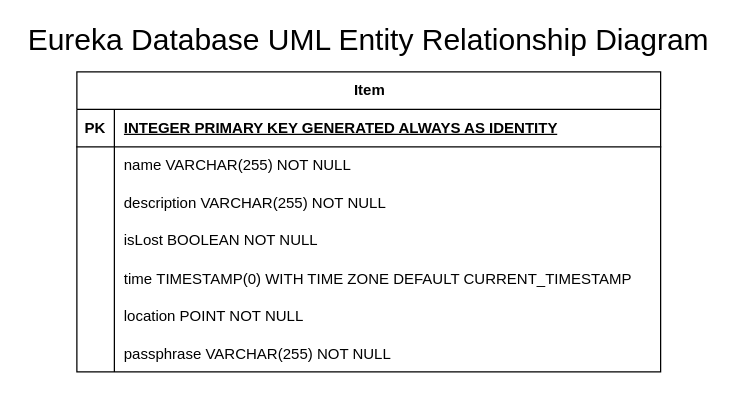
Above: Eureka-Database-UML-ERD.drawio in Ariel-Mutebi/Eureka (draw.io), before the change. Source tidied: cells renumbered, new cells numbered last; positions are measured from the earlier drawing's top-left corner, leaving out a move shared by most shapes. Both pictures are drawn from the tidied source at 125%, with x=0, y=0 at pixel (21, 21).
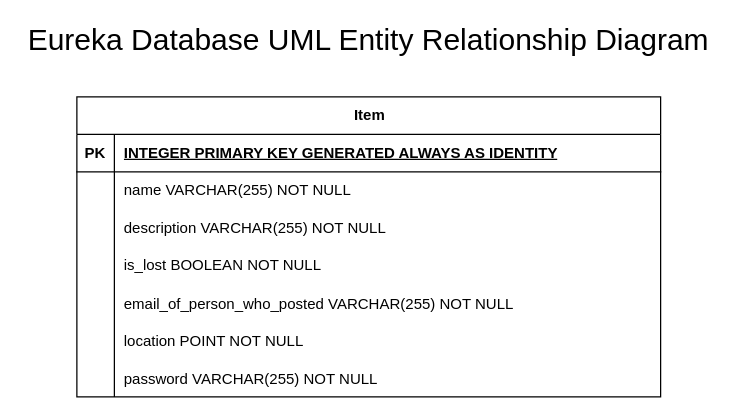
Above is the later version.

Commit message (it also covers changes not shown here):
set up connection pool to database

Unchanged cells that the change refers to:
```xml
<mxCell id="13" style="shape=tableRow;horizontal=0;startSize=0;swimlaneHead=0;swimlaneBody=0;fillColor=none;top=0;left=0;right=0;bottom=0;" parent="3" vertex="1">
  <mxGeometry y="120" width="467" height="30" as="geometry" />
</mxCell>
<mxCell id="16" style="shape=tableRow;horizontal=0;startSize=0;swimlaneHead=0;swimlaneBody=0;fillColor=none;top=0;left=0;right=0;bottom=0;" parent="3" vertex="1">
  <mxGeometry y="150" width="467" height="30" as="geometry" />
</mxCell>
<mxCell id="22" style="shape=tableRow;horizontal=0;startSize=0;swimlaneHead=0;swimlaneBody=0;fillColor=none;top=0;left=0;right=0;bottom=0;" parent="3" vertex="1">
  <mxGeometry y="210" width="467" height="30" as="geometry" />
</mxCell>
```

Diff of the diagram source:
```diff
@@
     <mxCell id="3" value="Item" style="shape=table;startSize=30;childLayout=tableLayout;rowLines=0;fontStyle=1;align=center;html=1;" parent="1" vertex="1">
-      <mxGeometry x="44" y="40" width="467" height="240" as="geometry" />
+      <mxGeometry x="44" y="60" width="467" height="240" as="geometry" />
     </mxCell>
@@
-    <mxCell id="15" value="isLost BOOLEAN NOT NULL" style="shape=partialRectangle;fillColor=none;top=0;left=0;bottom=0;right=0;align=left;spacingLeft=6;overflow=hidden;whiteSpace=wrap;html=1;" parent="13" vertex="1">
+    <mxCell id="15" value="is_lost BOOLEAN NOT NULL" style="shape=partialRectangle;fillColor=none;top=0;left=0;bottom=0;right=0;align=left;spacingLeft=6;overflow=hidden;whiteSpace=wrap;html=1;" parent="13" vertex="1">
       <mxGeometry x="30" width="437" height="30" as="geometry" />
     </mxCell>
@@
-    <mxCell id="18" value="time TIMESTAMP(0) WITH TIME ZONE DEFAULT CURRENT_TIMESTAMP" style="shape=partialRectangle;fillColor=none;top=0;left=0;bottom=0;right=0;align=left;spacingLeft=6;overflow=hidden;" parent="16" vertex="1">
+    <mxCell id="18" value="email_of_person_who_posted VARCHAR(255) NOT NULL" style="shape=partialRectangle;fillColor=none;top=0;left=0;bottom=0;right=0;align=left;spacingLeft=6;overflow=hidden;" parent="16" vertex="1">
       <mxGeometry x="30" width="437" height="30" as="geometry" />
     </mxCell>
@@
-    <mxCell id="24" value="passphrase VARCHAR(255) NOT NULL" style="shape=partialRectangle;fillColor=none;top=0;left=0;bottom=0;right=0;align=left;spacingLeft=6;overflow=hidden;" parent="22" vertex="1">
+    <mxCell id="24" value="password VARCHAR(255) NOT NULL" style="shape=partialRectangle;fillColor=none;top=0;left=0;bottom=0;right=0;align=left;spacingLeft=6;overflow=hidden;" parent="22" vertex="1">
       <mxGeometry x="30" width="437" height="30" as="geometry" />
     </mxCell>
```
